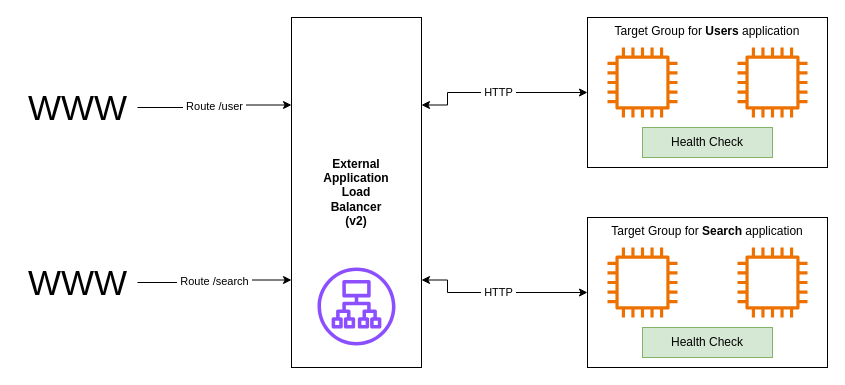
Above: Diagrams/Compute/ApplicationLoadBalancerHTTPBasedTraffic.drawio in jeftegoes/AwsOverview (draw.io), before the change. Source tidied: cells renumbered, new cells numbered last; positions are measured from the earlier drawing's top-left corner, leaving out a move shared by most shapes. Both pictures are drawn from the tidied source at 100%, with x=0, y=0 at pixel (17, 17).
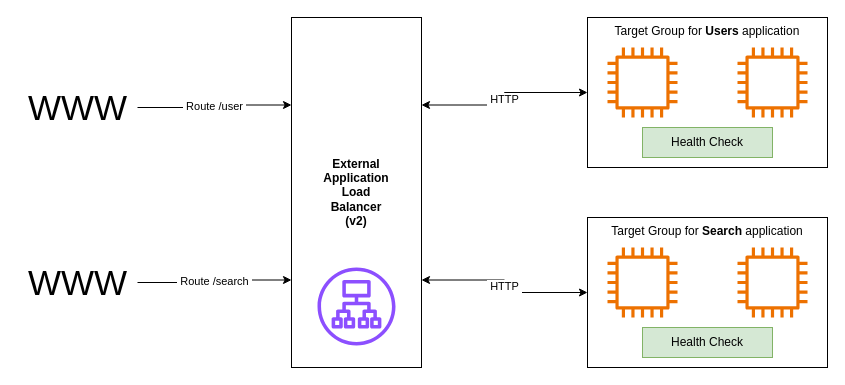
After the change.

Unchanged cells that the change refers to:
```xml
<mxCell id="4" value="External&lt;div&gt;Application&lt;/div&gt;&lt;div&gt;Load&lt;/div&gt;&lt;div&gt;Balancer&lt;/div&gt;&lt;div&gt;(v2)&lt;/div&gt;" style="rounded=0;whiteSpace=wrap;html=1;fontStyle=1;" parent="1" vertex="1">
  <mxGeometry x="274" width="130" height="350" as="geometry" />
</mxCell>
<mxCell id="6" value="Target Group for &lt;b&gt;Users&lt;/b&gt; application" style="rounded=0;whiteSpace=wrap;html=1;verticalAlign=top;" parent="1" vertex="1">
  <mxGeometry x="570" width="240" height="150" as="geometry" />
</mxCell>
<mxCell id="10" value="Target Group for &lt;b&gt;Search&lt;/b&gt; application" style="rounded=0;whiteSpace=wrap;html=1;verticalAlign=top;" parent="1" vertex="1">
  <mxGeometry x="570" y="200" width="240" height="150" as="geometry" />
</mxCell>
```

Diff of the diagram source:
```diff
@@
-    <mxCell id="2" value="&amp;nbsp;HTTP&amp;nbsp;" style="edgeStyle=orthogonalEdgeStyle;rounded=0;jettySize=auto;html=1;exitX=1;exitY=0.25;exitDx=0;exitDy=0;entryX=0;entryY=0.5;entryDx=0;entryDy=0;startArrow=classic;startFill=1;" parent="1" edge="1" source="4" target="6">
-      <mxGeometry relative="1" as="geometry">
-        <Array as="points">
-          <mxPoint x="430" y="75" />
-        </Array>
-      </mxGeometry>
+    <mxCell id="2" value="&amp;nbsp;HTTP&amp;nbsp;" style="rounded=0;jettySize=auto;html=1;exitX=1;exitY=0.25;exitDx=0;exitDy=0;entryX=0;entryY=0.5;entryDx=0;entryDy=0;startArrow=classic;startFill=1;edgeStyle=orthogonalEdgeStyle;" parent="1" edge="1" source="4" target="6">
+      <mxGeometry relative="1" as="geometry" />
     </mxCell>
-    <mxCell id="3" value="&amp;nbsp;HTTP&amp;nbsp;" style="edgeStyle=orthogonalEdgeStyle;rounded=0;jettySize=auto;html=1;exitX=1;exitY=0.75;exitDx=0;exitDy=0;entryX=0;entryY=0.5;entryDx=0;entryDy=0;startArrow=classic;startFill=1;" parent="1" edge="1" source="4" target="10">
-      <mxGeometry relative="1" as="geometry">
-        <Array as="points">
-          <mxPoint x="430" y="275" />
-        </Array>
-      </mxGeometry>
+    <mxCell id="3" value="&amp;nbsp;HTTP&amp;nbsp;" style="rounded=0;jettySize=auto;html=1;exitX=1;exitY=0.75;exitDx=0;exitDy=0;entryX=0;entryY=0.5;entryDx=0;entryDy=0;startArrow=classic;startFill=1;edgeStyle=orthogonalEdgeStyle;" parent="1" edge="1" source="4" target="10">
+      <mxGeometry relative="1" as="geometry" />
     </mxCell>
```
